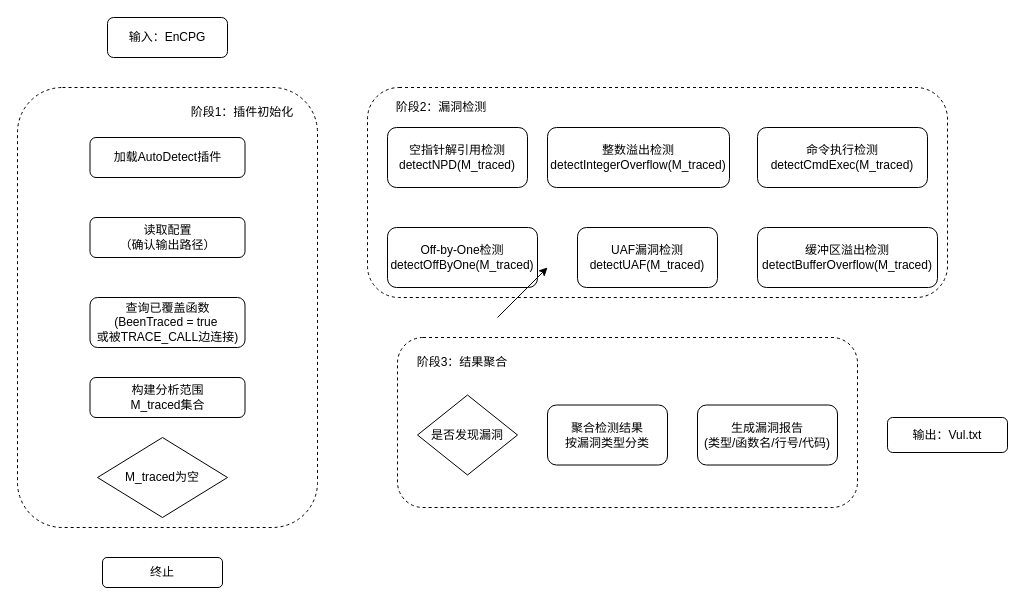
Earlier version of the draw.io diagram MindMap/漏洞挖掘模块.drawio (hourhl/Draw-io). Source tidied: cells renumbered, new cells numbered last; positions are measured from the earlier drawing's top-left corner, leaving out a move shared by most shapes. Both pictures are drawn from the tidied source at 100%, with x=0, y=0 at pixel (17, 17).
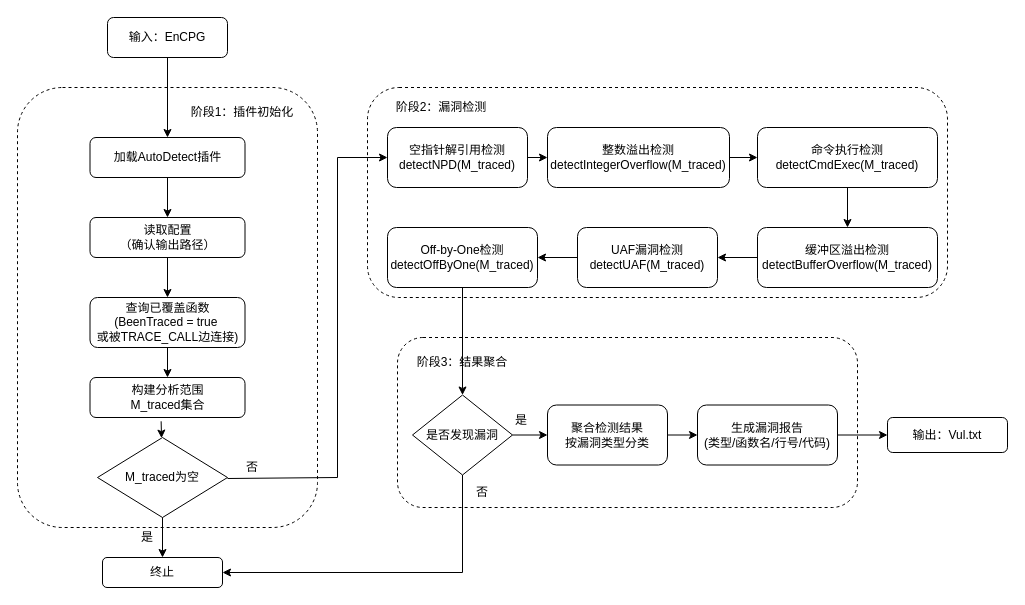
The same diagram, later.

Commit message (it also covers changes not shown here):
更新漏洞挖掘模块.drawio

The change refers to these unchanged cells:
```xml
<mxCell id="2" value="输入：EnCPG" style="rounded=1;whiteSpace=wrap;html=1;" parent="1" vertex="1">
  <mxGeometry x="90" width="120" height="40" as="geometry" />
</mxCell>
<mxCell id="5" value="加载AutoDetect插件" style="rounded=1;whiteSpace=wrap;html=1;" parent="1" vertex="1">
  <mxGeometry x="72.5" y="120" width="155" height="40" as="geometry" />
</mxCell>
<mxCell id="6" value="读取配置&lt;div&gt;（确认输出路径）&lt;/div&gt;" style="rounded=1;whiteSpace=wrap;html=1;" parent="1" vertex="1">
  <mxGeometry x="72.5" y="200" width="155" height="40" as="geometry" />
</mxCell>
<mxCell id="7" value="查询已覆盖函数&lt;div&gt;(BeenTraced = true&amp;nbsp;&lt;/div&gt;&lt;div&gt;或被TRACE_CALL边连接)&lt;/div&gt;" style="rounded=1;whiteSpace=wrap;html=1;" parent="1" vertex="1">
  <mxGeometry x="72.5" y="280" width="155" height="50" as="geometry" />
</mxCell>
<mxCell id="8" value="构建分析范围&lt;div&gt;M_traced集合&lt;/div&gt;" style="rounded=1;whiteSpace=wrap;html=1;" parent="1" vertex="1">
  <mxGeometry x="72.5" y="360" width="155" height="40" as="geometry" />
</mxCell>
<mxCell id="9" value="M_traced为空" style="rhombus;whiteSpace=wrap;html=1;" parent="1" vertex="1">
  <mxGeometry x="80" y="420" width="130" height="80" as="geometry" />
</mxCell>
<mxCell id="10" value="终止" style="rounded=1;whiteSpace=wrap;html=1;" parent="1" vertex="1">
  <mxGeometry x="85" y="540" width="120" height="30" as="geometry" />
</mxCell>
<mxCell id="15" value="输出：Vul.txt" style="rounded=1;whiteSpace=wrap;html=1;" parent="1" vertex="1">
  <mxGeometry x="870" y="400" width="120" height="35" as="geometry" />
</mxCell>
<mxCell id="16" value="空指针解引用检测&lt;div&gt;detectNPD(M_traced)&lt;/div&gt;" style="rounded=1;whiteSpace=wrap;html=1;" parent="1" vertex="1">
  <mxGeometry x="370" y="110" width="140" height="60" as="geometry" />
</mxCell>
<mxCell id="17" value="UAF漏洞检测&lt;div&gt;detectUAF(M_traced)&lt;/div&gt;" style="rounded=1;whiteSpace=wrap;html=1;" parent="1" vertex="1">
  <mxGeometry x="560" y="210" width="140" height="60" as="geometry" />
</mxCell>
<mxCell id="19" value="缓冲区溢出检测detectBufferOverflow(M_traced)" style="rounded=1;whiteSpace=wrap;html=1;" parent="1" vertex="1">
  <mxGeometry x="740" y="210" width="180" height="60" as="geometry" />
</mxCell>
<mxCell id="20" value="整数溢出检测&lt;div&gt;detectIntegerOverflow(M_traced)&lt;/div&gt;" style="rounded=1;whiteSpace=wrap;html=1;" parent="1" vertex="1">
  <mxGeometry x="530" y="110" width="182" height="60" as="geometry" />
</mxCell>
<mxCell id="21" value="Off-by-One检测&lt;div&gt;detectOffByOne(M_traced)&lt;/div&gt;" style="rounded=1;whiteSpace=wrap;html=1;" parent="1" vertex="1">
  <mxGeometry x="370" y="210" width="150" height="60" as="geometry" />
</mxCell>
<mxCell id="22" value="聚合检测结果&lt;div&gt;按漏洞类型分类&lt;/div&gt;" style="rounded=1;whiteSpace=wrap;html=1;" parent="1" vertex="1">
  <mxGeometry x="530" y="387.5" width="120" height="60" as="geometry" />
</mxCell>
<mxCell id="24" value="生成漏洞报告&lt;div&gt;(类型/函数名/行号/代码)&lt;/div&gt;" style="rounded=1;whiteSpace=wrap;html=1;" parent="1" vertex="1">
  <mxGeometry x="680" y="387.5" width="140" height="60" as="geometry" />
</mxCell>
```

The edit, as a diff of the source:
```diff
@@
     <mxCell id="18" value="命令执行检测&lt;div&gt;detectCmdExec(M_traced)&lt;/div&gt;" style="rounded=1;whiteSpace=wrap;html=1;" parent="1" vertex="1">
-      <mxGeometry x="740" y="110" width="170" height="60" as="geometry" />
+      <mxGeometry x="740" y="110" width="180" height="60" as="geometry" />
     </mxCell>
@@
     <mxCell id="23" value="是否发现漏洞" style="rhombus;whiteSpace=wrap;html=1;" parent="1" vertex="1">
-      <mxGeometry x="400" y="377.5" width="100" height="80" as="geometry" />
+      <mxGeometry x="395" y="377.5" width="100" height="80" as="geometry" />
     </mxCell>
@@
-    <mxCell id="25" style="endArrow=classic;html=1;rounded=0;" parent="1" edge="1">
-      <mxGeometry relative="1" as="geometry">
-        <mxPoint x="480" y="300" as="sourcePoint" />
-        <mxPoint x="530" y="250" as="targetPoint" />
-      </mxGeometry>
+    <mxCell id="25" style="endArrow=classic;html=1;rounded=0;exitX=0.5;exitY=1;exitDx=0;exitDy=0;entryX=0.5;entryY=0;entryDx=0;entryDy=0;" parent="1" edge="1" source="2" target="5">
+      <mxGeometry relative="1" as="geometry" />
     </mxCell>
+    <mxCell id="26" style="endArrow=classic;html=1;rounded=0;exitX=0.5;exitY=1;exitDx=0;exitDy=0;entryX=0.5;entryY=0;entryDx=0;entryDy=0;" parent="1" edge="1" source="5" target="6">
+      <mxGeometry relative="1" as="geometry" />
+    </mxCell>
+    <mxCell id="27" style="endArrow=classic;html=1;rounded=0;exitX=0.5;exitY=1;exitDx=0;exitDy=0;" parent="1" edge="1" source="6" target="7">
+      <mxGeometry relative="1" as="geometry" />
+    </mxCell>
+    <mxCell id="28" style="endArrow=classic;html=1;rounded=0;exitX=0.5;exitY=1;exitDx=0;exitDy=0;" parent="1" edge="1" source="7" target="8">
+      <mxGeometry relative="1" as="geometry" />
+    </mxCell>
+    <mxCell id="29" style="endArrow=classic;html=1;rounded=0;exitX=0.459;exitY=1.095;exitDx=0;exitDy=0;exitPerimeter=0;" parent="1" edge="1" source="8" target="9">
+      <mxGeometry relative="1" as="geometry" />
+    </mxCell>
+    <mxCell id="30" style="endArrow=classic;html=1;rounded=0;exitX=0.5;exitY=1;exitDx=0;exitDy=0;" parent="1" edge="1" source="9" target="10">
+      <mxGeometry relative="1" as="geometry" />
+    </mxCell>
+    <mxCell id="31" value="是" style="text;html=1;whiteSpace=wrap;strokeColor=none;fillColor=none;align=center;verticalAlign=middle;rounded=0;" parent="1" vertex="1">
+      <mxGeometry x="100" y="510" width="60" height="20" as="geometry" />
+    </mxCell>
+    <mxCell id="32" style="endArrow=classic;html=1;rounded=0;entryX=0;entryY=0.5;entryDx=0;entryDy=0;" parent="1" edge="1" target="16">
+      <mxGeometry relative="1" as="geometry">
+        <mxPoint x="210" y="461" as="sourcePoint" />
+        <Array as="points">
+          <mxPoint x="320" y="460" />
+          <mxPoint x="320" y="140" />
+        </Array>
+      </mxGeometry>
+    </mxCell>
+    <mxCell id="33" value="否" style="text;html=1;whiteSpace=wrap;strokeColor=none;fillColor=none;align=center;verticalAlign=middle;rounded=0;" parent="1" vertex="1">
+      <mxGeometry x="205" y="435" width="60" height="30" as="geometry" />
+    </mxCell>
+    <mxCell id="34" style="endArrow=classic;html=1;rounded=0;exitX=1;exitY=0.5;exitDx=0;exitDy=0;entryX=0;entryY=0.5;entryDx=0;entryDy=0;" parent="1" edge="1" source="16" target="20">
+      <mxGeometry relative="1" as="geometry" />
+    </mxCell>
+    <mxCell id="35" style="endArrow=classic;html=1;rounded=0;exitX=1;exitY=0.5;exitDx=0;exitDy=0;" parent="1" edge="1" source="20" target="18">
+      <mxGeometry relative="1" as="geometry" />
+    </mxCell>
+    <mxCell id="36" style="endArrow=classic;html=1;rounded=0;exitX=0.5;exitY=1;exitDx=0;exitDy=0;entryX=0.5;entryY=0;entryDx=0;entryDy=0;" parent="1" edge="1" source="18" target="19">
+      <mxGeometry relative="1" as="geometry" />
+    </mxCell>
+    <mxCell id="37" style="endArrow=classic;html=1;rounded=0;exitX=0;exitY=0.5;exitDx=0;exitDy=0;" parent="1" edge="1" source="19" target="17">
+      <mxGeometry relative="1" as="geometry" />
+    </mxCell>
+    <mxCell id="38" style="endArrow=classic;html=1;rounded=0;exitX=0;exitY=0.5;exitDx=0;exitDy=0;entryX=1;entryY=0.5;entryDx=0;entryDy=0;" parent="1" edge="1" source="17" target="21">
+      <mxGeometry relative="1" as="geometry" />
+    </mxCell>
+    <mxCell id="39" style="endArrow=classic;html=1;rounded=0;exitX=0.5;exitY=1;exitDx=0;exitDy=0;entryX=0.5;entryY=0;entryDx=0;entryDy=0;" parent="1" edge="1" source="21" target="23">
+      <mxGeometry relative="1" as="geometry" />
+    </mxCell>
+    <mxCell id="40" style="endArrow=classic;html=1;rounded=0;exitX=1;exitY=0.5;exitDx=0;exitDy=0;entryX=0;entryY=0.5;entryDx=0;entryDy=0;" parent="1" edge="1" source="23" target="22">
+      <mxGeometry relative="1" as="geometry" />
+    </mxCell>
+    <mxCell id="41" style="endArrow=classic;html=1;rounded=0;exitX=0.5;exitY=1;exitDx=0;exitDy=0;entryX=1;entryY=0.5;entryDx=0;entryDy=0;" parent="1" edge="1" source="23" target="10">
+      <mxGeometry relative="1" as="geometry">
+        <Array as="points">
+          <mxPoint x="445" y="555" />
+        </Array>
+      </mxGeometry>
+    </mxCell>
+    <mxCell id="42" style="endArrow=classic;html=1;rounded=0;exitX=1;exitY=0.5;exitDx=0;exitDy=0;entryX=0;entryY=0.5;entryDx=0;entryDy=0;" parent="1" edge="1" source="22" target="24">
+      <mxGeometry relative="1" as="geometry" />
+    </mxCell>
+    <mxCell id="43" style="endArrow=classic;html=1;rounded=0;exitX=1;exitY=0.5;exitDx=0;exitDy=0;entryX=0;entryY=0.5;entryDx=0;entryDy=0;" parent="1" edge="1" source="24" target="15">
+      <mxGeometry relative="1" as="geometry" />
+    </mxCell>
+    <mxCell id="44" value="是" style="text;html=1;whiteSpace=wrap;strokeColor=none;fillColor=none;align=center;verticalAlign=middle;rounded=0;" parent="1" vertex="1">
+      <mxGeometry x="474" y="387.5" width="60" height="30" as="geometry" />
+    </mxCell>
+    <mxCell id="45" value="否" style="text;html=1;whiteSpace=wrap;strokeColor=none;fillColor=none;align=center;verticalAlign=middle;rounded=0;" parent="1" vertex="1">
+      <mxGeometry x="435" y="460" width="60" height="30" as="geometry" />
+    </mxCell>
```
